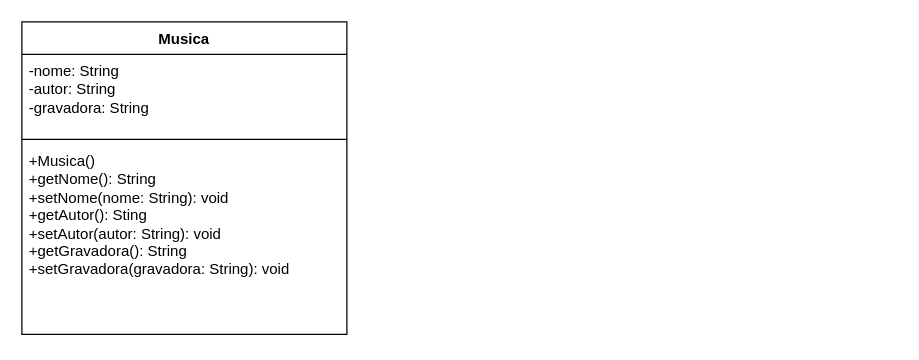
This is Aula2(Relacionamentos)/Exercicio2_Playlist.drawio from Pedrh/POO, a draw.io file, before an edit. Source tidied: cells renumbered, new cells numbered last; positions are measured from the earlier drawing's top-left corner, leaving out a move shared by most shapes. Both pictures are drawn from the tidied source at 125%, with x=0, y=0 at pixel (21, 21).
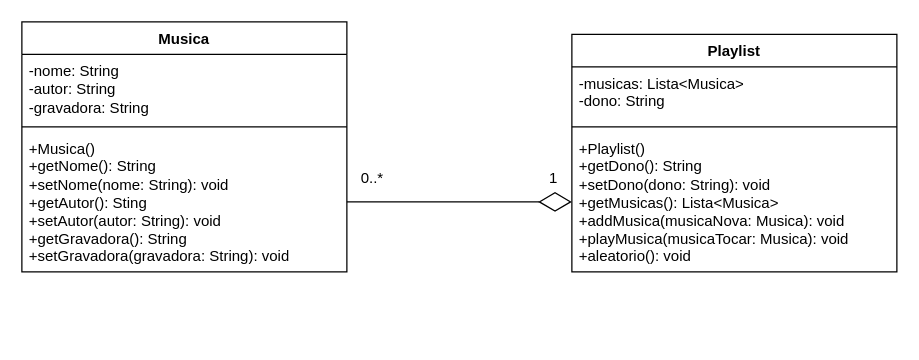
The same diagram, later.

What changed in the source:
```diff
@@
 <mxGraphModel>
   <root>
     <mxCell id="0" />
     <mxCell id="1" parent="0" />
     <mxCell id="2" value="Musica" style="swimlane;fontStyle=1;align=center;verticalAlign=top;horizontal=1;startSize=26;whiteSpace=wrap;html=1;" parent="1" vertex="1">
-      <mxGeometry width="260" height="250" as="geometry" />
+      <mxGeometry width="260" height="200" as="geometry" />
     </mxCell>
     <mxCell id="3" value="-nome: String&lt;div&gt;-autor: String&lt;/div&gt;&lt;div&gt;-gravadora: String&lt;/div&gt;" style="text;strokeColor=none;fillColor=none;align=left;verticalAlign=top;spacingLeft=4;spacingRight=4;overflow=hidden;whiteSpace=wrap;html=1;" parent="2" vertex="1">
-      <mxGeometry y="26" width="260" height="64" as="geometry" />
+      <mxGeometry y="26" width="260" height="54" as="geometry" />
     </mxCell>
     <mxCell id="4" style="line;strokeWidth=1;fillColor=none;align=left;verticalAlign=middle;spacingTop=-1;spacingLeft=3;spacingRight=3;labelPosition=right;strokeColor=inherit;" parent="2" vertex="1">
-      <mxGeometry y="90" width="260" height="8" as="geometry" />
+      <mxGeometry y="80" width="260" height="8" as="geometry" />
     </mxCell>
     <mxCell id="5" value="+Musica()&lt;div&gt;+getNome(): String&lt;/div&gt;&lt;div&gt;+setNome(nome: String): void&lt;/div&gt;&lt;div&gt;+getAutor(): Sting&lt;/div&gt;&lt;div&gt;+setAutor(autor: String): void&lt;/div&gt;&lt;div&gt;+getGravadora(): String&lt;/div&gt;&lt;div&gt;+setGravadora(gravadora: String): void&lt;/div&gt;" style="text;strokeColor=none;fillColor=none;align=left;verticalAlign=top;spacingLeft=4;spacingRight=4;overflow=hidden;points=[[0,0.5],[1,0.5]];portConstraint=eastwest;whiteSpace=wrap;html=1;" parent="2" vertex="1">
-      <mxGeometry y="98" width="260" height="152" as="geometry" />
+      <mxGeometry y="88" width="260" height="112" as="geometry" />
     </mxCell>
+    <mxCell id="6" value="Playlist" style="swimlane;fontStyle=1;align=center;verticalAlign=top;horizontal=1;startSize=26;whiteSpace=wrap;html=1;" parent="1" vertex="1">
+      <mxGeometry x="440" y="10" width="260" height="190" as="geometry" />
+    </mxCell>
+    <mxCell id="7" value="-musicas: Lista&amp;lt;Musica&amp;gt;&lt;div&gt;-dono: String&lt;/div&gt;" style="text;strokeColor=none;fillColor=none;align=left;verticalAlign=top;spacingLeft=4;spacingRight=4;overflow=hidden;whiteSpace=wrap;html=1;" parent="6" vertex="1">
+      <mxGeometry y="26" width="260" height="44" as="geometry" />
+    </mxCell>
+    <mxCell id="8" style="line;strokeWidth=1;fillColor=none;align=left;verticalAlign=middle;spacingTop=-1;spacingLeft=3;spacingRight=3;labelPosition=right;strokeColor=inherit;" parent="6" vertex="1">
+      <mxGeometry y="70" width="260" height="8" as="geometry" />
+    </mxCell>
+    <mxCell id="9" value="+Playlist()&lt;div&gt;+getDono(): String&lt;/div&gt;&lt;div&gt;+setDono(dono: String): void&lt;/div&gt;&lt;div&gt;+getMusicas(): Lista&amp;lt;Musica&amp;gt;&lt;br&gt;&lt;/div&gt;&lt;div&gt;+addMusica(musicaNova: Musica): void&lt;/div&gt;&lt;div&gt;+playMusica(musicaTocar: Musica): void&lt;/div&gt;&lt;div&gt;+aleatorio(): void&lt;/div&gt;" style="text;strokeColor=none;fillColor=none;align=left;verticalAlign=top;spacingLeft=4;spacingRight=4;overflow=hidden;points=[[0,0.5],[1,0.5]];portConstraint=eastwest;whiteSpace=wrap;html=1;" parent="6" vertex="1">
+      <mxGeometry y="78" width="260" height="112" as="geometry" />
+    </mxCell>
+    <mxCell id="10" style="endArrow=diamondThin;endFill=0;endSize=24;html=1;rounded=0;exitX=1;exitY=0.5;exitDx=0;exitDy=0;entryX=0;entryY=0.5;entryDx=0;entryDy=0;" parent="1" edge="1" source="5" target="9">
+      <mxGeometry relative="1" as="geometry" />
+    </mxCell>
+    <mxCell id="11" value="1" style="text;html=1;align=center;verticalAlign=middle;strokeColor=none;fillColor=none;" parent="1" vertex="1">
+      <mxGeometry x="410" y="110" width="30" height="30" as="geometry" />
+    </mxCell>
+    <mxCell id="12" value="0..*" style="text;html=1;align=center;verticalAlign=middle;strokeColor=none;fillColor=none;" parent="1" vertex="1">
+      <mxGeometry x="260" y="110" width="40" height="30" as="geometry" />
+    </mxCell>
   </root>
 </mxGraphModel>
```
